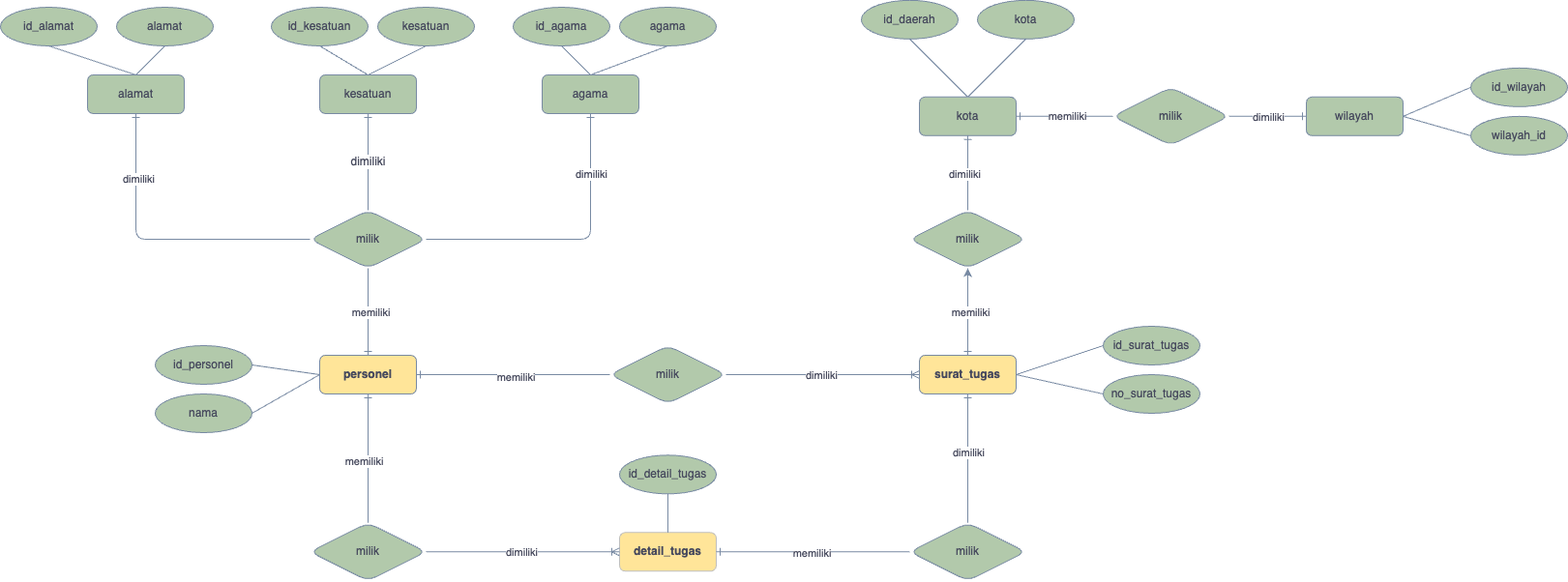
The draw.io diagram pertemuan18/Tugas 18_DRAWIO.png in fathqulrizqi/tugas-bootcamp, before a commit. Source tidied: cells renumbered, new cells last; positions are measured from the earlier drawing's top-left corner, leaving out a move shared by most shapes.
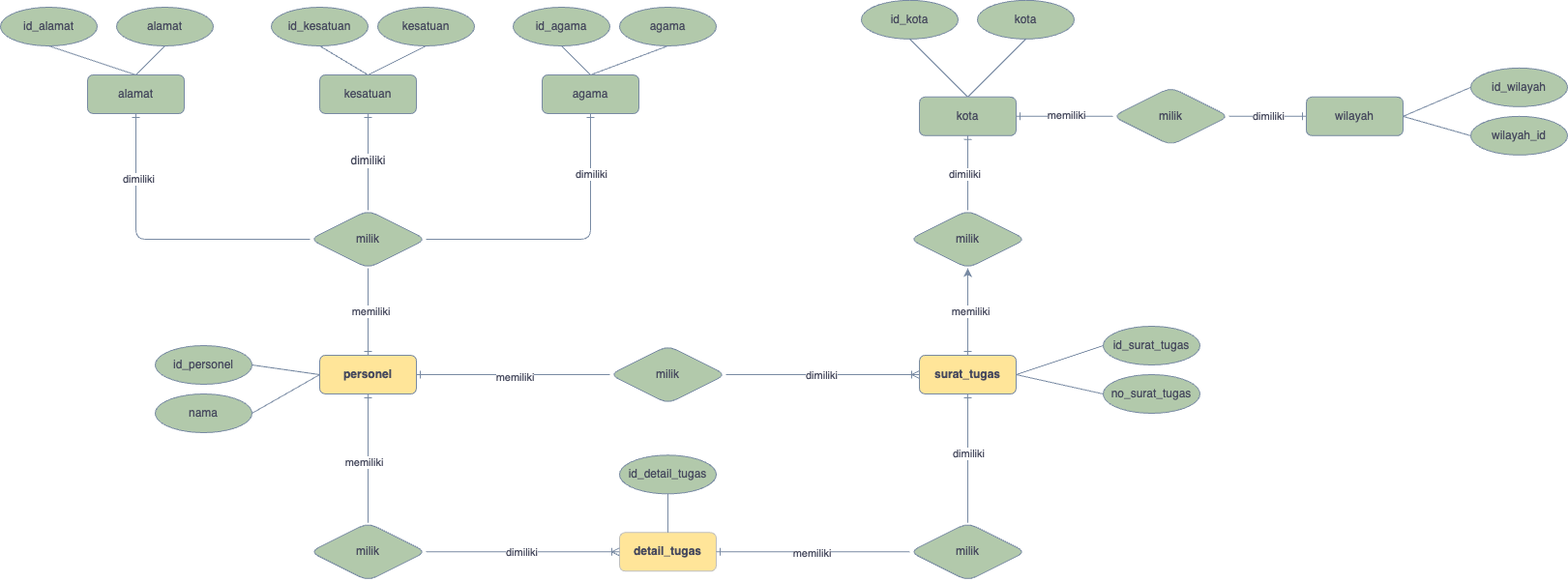
The same diagram one commit later.

Commit message:
menambahkan tugas 19

Diff of the diagram source:
```diff
@@ -130,7 +130,7 @@
     <mxCell id="41" value="dimiliki" style="edgeLabel;html=1;align=center;verticalAlign=middle;rounded=1;strokeColor=#788AA3;fontColor=#46495D;fillColor=#B2C9AB;" parent="40" vertex="1">
       <mxGeometry x="-0.01" y="4" relative="1" as="geometry" />
     </mxCell>
-    <mxCell id="42" value="id_daerah" style="ellipse;whiteSpace=wrap;html=1;align=center;strokeColor=#788AA3;fontColor=#46495D;fillColor=#B2C9AB;rounded=1;" parent="1" vertex="1">
+    <mxCell id="42" value="id_kota" style="ellipse;whiteSpace=wrap;html=1;align=center;strokeColor=#788AA3;fontColor=#46495D;fillColor=#B2C9AB;rounded=1;" parent="1" vertex="1">
       <mxGeometry x="890" y="-0.1" width="100" height="40" as="geometry" />
     </mxCell>
     <mxCell id="43" value="kota" style="ellipse;whiteSpace=wrap;html=1;align=center;strokeColor=#788AA3;fontColor=#46495D;fillColor=#B2C9AB;rounded=1;" parent="1" vertex="1">
```
